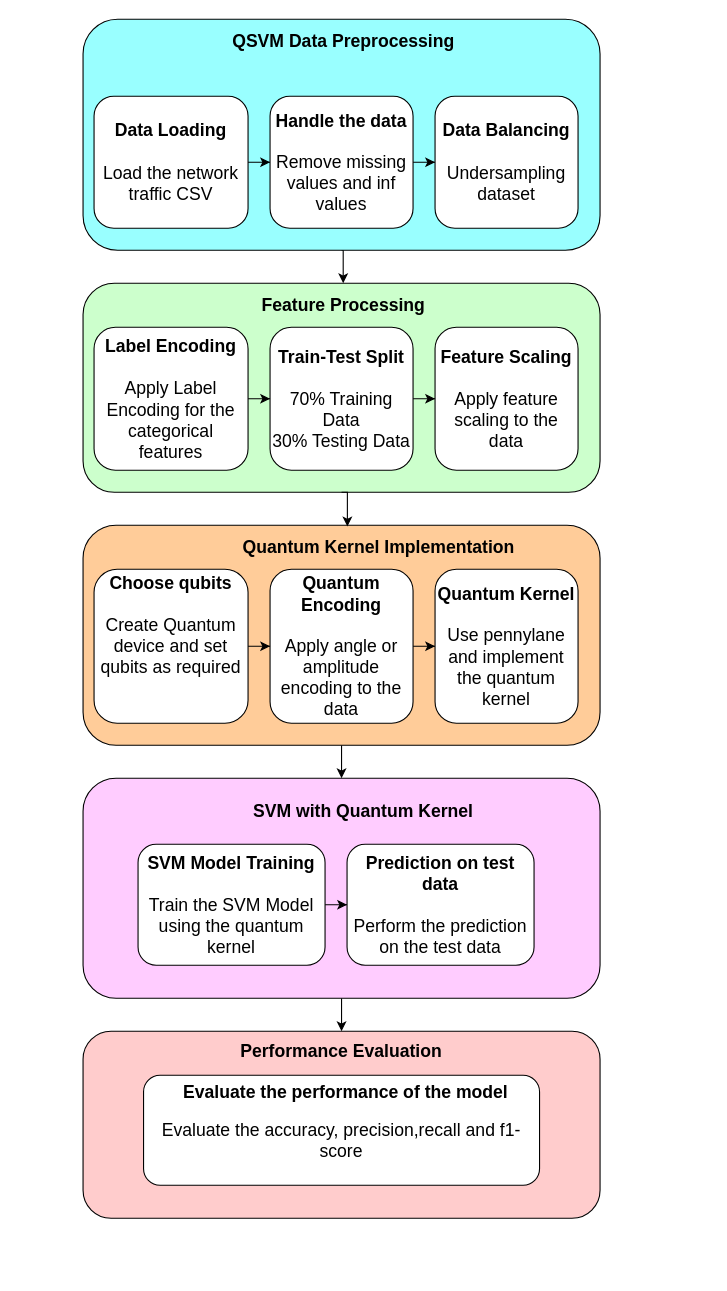
This is Untitled Diagram.drawio from AkshayMMurthy/abc, a draw.io file, before an edit. Source tidied: cells renumbered, new cells numbered last; positions are measured from the earlier drawing's top-left corner, leaving out a move shared by most shapes. Both pictures are drawn from the tidied source at 110%, with x=0, y=0 at pixel (19, 19).
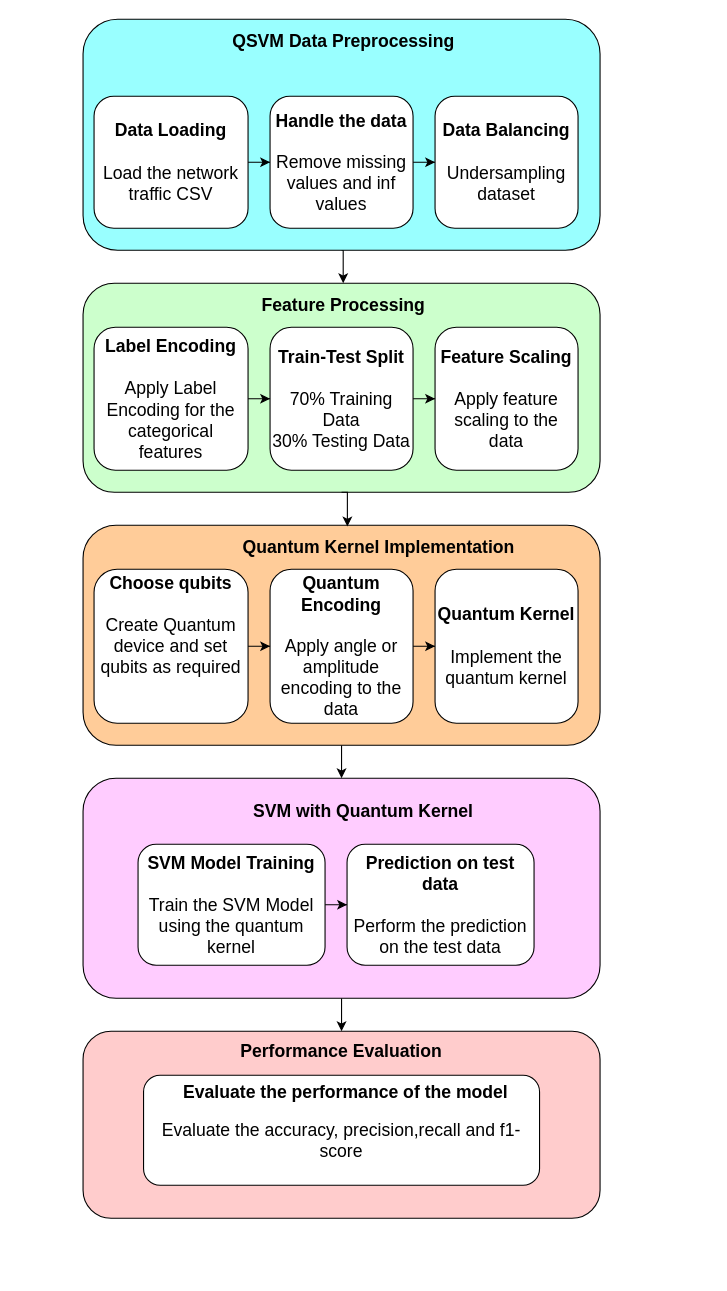
Above is the later version.

Change to the diagram source:
```diff
@@
-    <mxCell id="26" value="&lt;div&gt;&lt;span&gt;&lt;b&gt;Quantum Kernel&lt;/b&gt;&lt;/span&gt;&lt;/div&gt;&lt;div&gt;&lt;span&gt;&lt;b&gt;&lt;br&gt;&lt;/b&gt;&lt;/span&gt;&lt;/div&gt;&lt;div&gt;Use pennylane and implement the quantum kernel&lt;/div&gt;" style="rounded=1;whiteSpace=wrap;html=1;fontSize=16;" parent="1" vertex="1">
+    <mxCell id="26" value="&lt;div&gt;&lt;span&gt;&lt;b&gt;Quantum Kernel&lt;/b&gt;&lt;/span&gt;&lt;/div&gt;&lt;div&gt;&lt;span&gt;&lt;b&gt;&lt;br&gt;&lt;/b&gt;&lt;/span&gt;&lt;/div&gt;&lt;div&gt;Implement the quantum kernel&lt;/div&gt;" style="rounded=1;whiteSpace=wrap;html=1;fontSize=16;" parent="1" vertex="1">
       <mxGeometry x="378" y="500" width="130" height="140" as="geometry" />
     </mxCell>
```
